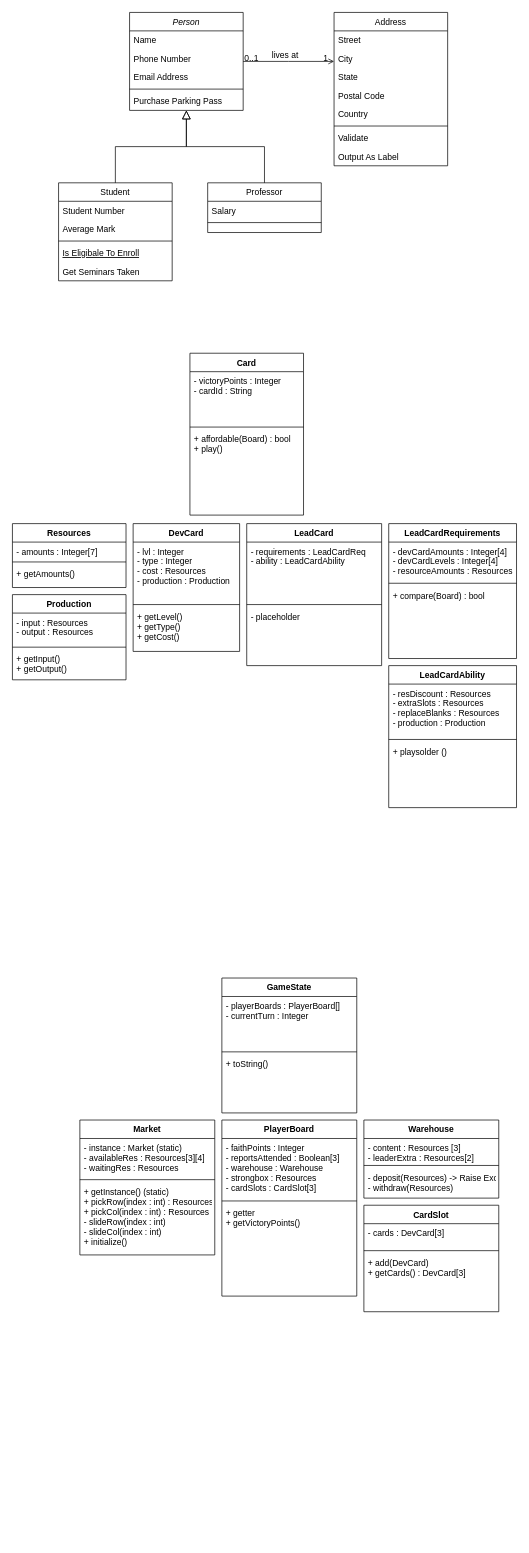
The draw.io diagram UMLBase.drawio in itsPeetah/polimi-ing-sw-2021-Monea-Kercini-Moroni, before the edit. Source tidied: cells renumbered, new cells numbered last; positions are measured from the earlier drawing's top-left corner, leaving out a move shared by most shapes. Both pictures are drawn from the tidied source at 71%, with x=0, y=0 at pixel (12, 12).
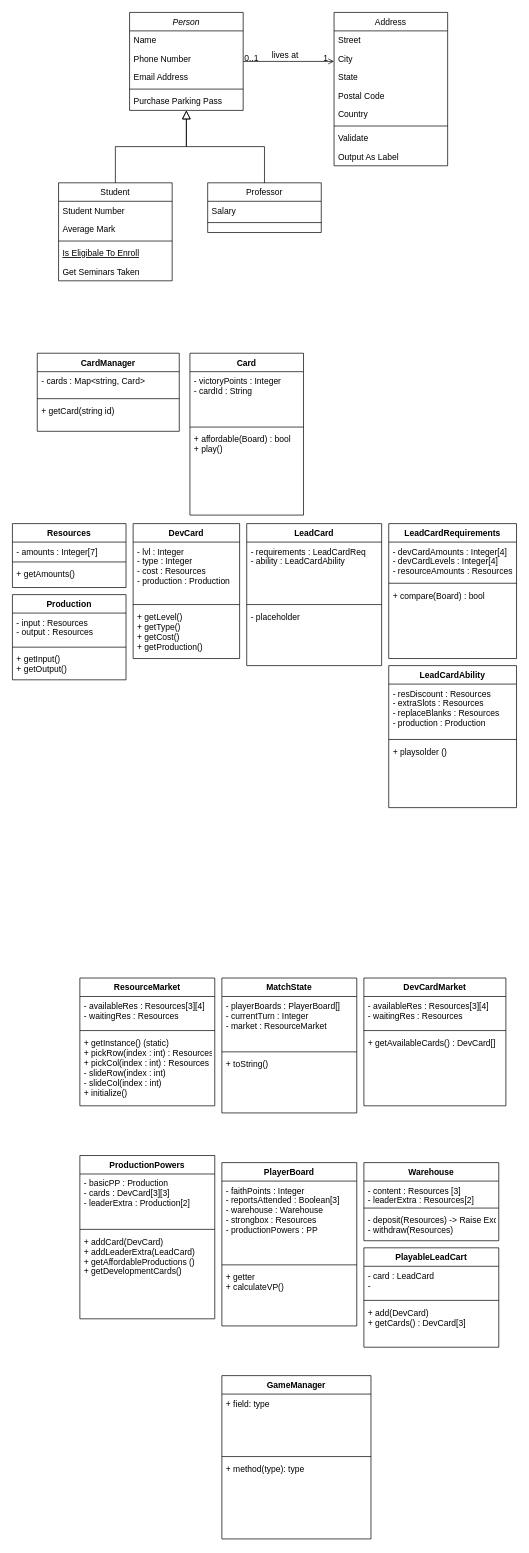
The same diagram, later.

The edit, as a diff of the source:
```diff
@@
     <mxCell id="36" value="DevCard" style="swimlane;fontStyle=1;align=center;verticalAlign=top;horizontal=1;startSize=26;" parent="1" vertex="1">
-      <mxGeometry x="170" y="720" width="150" height="180" as="geometry" />
+      <mxGeometry x="170" y="720" width="150" height="190" as="geometry" />
     </mxCell>
@@
-    <mxCell id="39" value="+ getLevel()&#10;+ getType()&#10;+ getCost()&#10;" style="text;strokeColor=none;fillColor=none;align=left;verticalAlign=top;spacingLeft=4;spacingRight=4;overflow=hidden;" parent="36" vertex="1">
-      <mxGeometry y="118" width="150" height="62" as="geometry" />
+    <mxCell id="39" value="+ getLevel()&#10;+ getType()&#10;+ getCost()&#10;+ getProduction()" style="text;strokeColor=none;fillColor=none;align=left;verticalAlign=top;spacingLeft=4;spacingRight=4;overflow=hidden;" parent="36" vertex="1">
+      <mxGeometry y="118" width="150" height="72" as="geometry" />
     </mxCell>
@@
-    <mxCell id="60" value="Market" style="swimlane;fontStyle=1;align=center;verticalAlign=top;horizontal=1;startSize=26;" parent="1" vertex="1">
-      <mxGeometry x="95" y="1560" width="190" height="190" as="geometry" />
+    <mxCell id="60" value="ResourceMarket" style="swimlane;fontStyle=1;align=center;verticalAlign=top;horizontal=1;startSize=26;" parent="1" vertex="1">
+      <mxGeometry x="95" y="1360" width="190" height="180" as="geometry" />
     </mxCell>
-    <mxCell id="61" value="- instance : Market (static)&#10;- availableRes : Resources[3][4]&#10;- waitingRes : Resources" style="text;strokeColor=none;fillColor=none;align=left;verticalAlign=top;spacingLeft=4;spacingRight=4;overflow=hidden;" parent="60" vertex="1">
-      <mxGeometry y="26" width="190" height="54" as="geometry" />
+    <mxCell id="61" value="- availableRes : Resources[3][4]&#10;- waitingRes : Resources" style="text;strokeColor=none;fillColor=none;align=left;verticalAlign=top;spacingLeft=4;spacingRight=4;overflow=hidden;" parent="60" vertex="1">
+      <mxGeometry y="26" width="190" height="44" as="geometry" />
     </mxCell>
     <mxCell id="62" style="line;strokeWidth=1;fillColor=none;align=left;verticalAlign=middle;spacingTop=-1;spacingLeft=3;spacingRight=3;labelPosition=right;" parent="60" vertex="1">
-      <mxGeometry y="80" width="190" height="8" as="geometry" />
+      <mxGeometry y="70" width="190" height="8" as="geometry" />
     </mxCell>
     <mxCell id="63" value="+ getInstance() (static)&#10;+ pickRow(index : int) : Resources&#10;+ pickCol(index : int) : Resources&#10;- slideRow(index : int)&#10;- slideCol(index : int)&#10;+ initialize()" style="text;strokeColor=none;fillColor=none;align=left;verticalAlign=top;spacingLeft=4;spacingRight=4;overflow=hidden;" parent="60" vertex="1">
-      <mxGeometry y="88" width="190" height="102" as="geometry" />
+      <mxGeometry y="78" width="190" height="102" as="geometry" />
     </mxCell>
     <mxCell id="64" value="PlayerBoard" style="swimlane;fontStyle=1;align=center;verticalAlign=top;horizontal=1;startSize=26;" parent="1" vertex="1">
-      <mxGeometry x="295" y="1560" width="190" height="248" as="geometry" />
+      <mxGeometry x="295" y="1620" width="190" height="230" as="geometry" />
     </mxCell>
-    <mxCell id="65" value="- faithPoints : Integer&#10;- reportsAttended : Boolean[3]&#10;- warehouse : Warehouse&#10;- strongbox : Resources&#10;- cardSlots : CardSlot[3]" style="text;strokeColor=none;fillColor=none;align=left;verticalAlign=top;spacingLeft=4;spacingRight=4;overflow=hidden;" parent="64" vertex="1">
-      <mxGeometry y="26" width="190" height="84" as="geometry" />
+    <mxCell id="65" value="- faithPoints : Integer&#10;- reportsAttended : Boolean[3]&#10;- warehouse : Warehouse&#10;- strongbox : Resources&#10;- productionPowers : PP" style="text;strokeColor=none;fillColor=none;align=left;verticalAlign=top;spacingLeft=4;spacingRight=4;overflow=hidden;" parent="64" vertex="1">
+      <mxGeometry y="26" width="190" height="114" as="geometry" />
     </mxCell>
     <mxCell id="66" style="line;strokeWidth=1;fillColor=none;align=left;verticalAlign=middle;spacingTop=-1;spacingLeft=3;spacingRight=3;labelPosition=right;" parent="64" vertex="1">
-      <mxGeometry y="110" width="190" height="8" as="geometry" />
+      <mxGeometry y="140" width="190" height="8" as="geometry" />
     </mxCell>
-    <mxCell id="67" value="+ getter&#10;+ getVictoryPoints()" style="text;strokeColor=none;fillColor=none;align=left;verticalAlign=top;spacingLeft=4;spacingRight=4;overflow=hidden;" parent="64" vertex="1">
-      <mxGeometry y="118" width="190" height="130" as="geometry" />
+    <mxCell id="67" value="+ getter&#10;+ calculateVP()" style="text;strokeColor=none;fillColor=none;align=left;verticalAlign=top;spacingLeft=4;spacingRight=4;overflow=hidden;" parent="64" vertex="1">
+      <mxGeometry y="148" width="190" height="82" as="geometry" />
     </mxCell>
     <mxCell id="68" value="Warehouse" style="swimlane;fontStyle=1;align=center;verticalAlign=top;horizontal=1;startSize=26;" parent="1" vertex="1">
-      <mxGeometry x="495" y="1560" width="190" height="110" as="geometry" />
+      <mxGeometry x="495" y="1620" width="190" height="110" as="geometry" />
     </mxCell>
@@
-    <mxCell id="72" value="CardSlot" style="swimlane;fontStyle=1;align=center;verticalAlign=top;horizontal=1;startSize=26;" parent="1" vertex="1">
-      <mxGeometry x="495" y="1680" width="190" height="150" as="geometry" />
-    </mxCell>
-    <mxCell id="73" value="- cards : DevCard[3]" style="text;strokeColor=none;fillColor=none;align=left;verticalAlign=top;spacingLeft=4;spacingRight=4;overflow=hidden;" parent="72" vertex="1">
-      <mxGeometry y="26" width="190" height="34" as="geometry" />
-    </mxCell>
-    <mxCell id="74" style="line;strokeWidth=1;fillColor=none;align=left;verticalAlign=middle;spacingTop=-1;spacingLeft=3;spacingRight=3;labelPosition=right;" parent="72" vertex="1">
-      <mxGeometry y="60" width="190" height="8" as="geometry" />
-    </mxCell>
-    <mxCell id="75" value="+ add(DevCard)&#10;+ getCards() : DevCard[3]" style="text;strokeColor=none;fillColor=none;align=left;verticalAlign=top;spacingLeft=4;spacingRight=4;overflow=hidden;" parent="72" vertex="1">
-      <mxGeometry y="68" width="190" height="82" as="geometry" />
-    </mxCell>
-    <mxCell id="76" value="GameState" style="swimlane;fontStyle=1;align=center;verticalAlign=top;horizontal=1;startSize=26;" parent="1" vertex="1">
+    <mxCell id="76" value="MatchState" style="swimlane;fontStyle=1;align=center;verticalAlign=top;horizontal=1;startSize=26;" parent="1" vertex="1">
       <mxGeometry x="295" y="1360" width="190" height="190" as="geometry" />
     </mxCell>
-    <mxCell id="77" value="- playerBoards : PlayerBoard[]&#10;- currentTurn : Integer" style="text;strokeColor=none;fillColor=none;align=left;verticalAlign=top;spacingLeft=4;spacingRight=4;overflow=hidden;" parent="76" vertex="1">
+    <mxCell id="77" value="- playerBoards : PlayerBoard[]&#10;- currentTurn : Integer&#10;- market : ResourceMarket" style="text;strokeColor=none;fillColor=none;align=left;verticalAlign=top;spacingLeft=4;spacingRight=4;overflow=hidden;" parent="76" vertex="1">
       <mxGeometry y="26" width="190" height="74" as="geometry" />
     </mxCell>
@@
+    <mxCell id="80" value="GameManager" style="swimlane;fontStyle=1;align=center;verticalAlign=top;horizontal=1;startSize=26;" parent="1" vertex="1">
+      <mxGeometry x="295" y="1920" width="210" height="230" as="geometry" />
+    </mxCell>
+    <mxCell id="81" value="+ field: type" style="text;strokeColor=none;fillColor=none;align=left;verticalAlign=top;spacingLeft=4;spacingRight=4;overflow=hidden;" parent="80" vertex="1">
+      <mxGeometry y="26" width="210" height="84" as="geometry" />
+    </mxCell>
+    <mxCell id="82" style="line;strokeWidth=1;fillColor=none;align=left;verticalAlign=middle;spacingTop=-1;spacingLeft=3;spacingRight=3;labelPosition=right;" parent="80" vertex="1">
+      <mxGeometry y="110" width="210" height="8" as="geometry" />
+    </mxCell>
+    <mxCell id="83" value="+ method(type): type" style="text;strokeColor=none;fillColor=none;align=left;verticalAlign=top;spacingLeft=4;spacingRight=4;overflow=hidden;" parent="80" vertex="1">
+      <mxGeometry y="118" width="210" height="112" as="geometry" />
+    </mxCell>
+    <mxCell id="84" value="ProductionPowers" style="swimlane;fontStyle=1;align=center;verticalAlign=top;horizontal=1;startSize=26;" parent="1" vertex="1">
+      <mxGeometry x="95" y="1610" width="190" height="230" as="geometry" />
+    </mxCell>
+    <mxCell id="85" value="- basicPP : Production&#10;- cards : DevCard[3][3]&#10;- leaderExtra : Production[2]" style="text;strokeColor=none;fillColor=none;align=left;verticalAlign=top;spacingLeft=4;spacingRight=4;overflow=hidden;" parent="84" vertex="1">
+      <mxGeometry y="26" width="190" height="74" as="geometry" />
+    </mxCell>
+    <mxCell id="86" style="line;strokeWidth=1;fillColor=none;align=left;verticalAlign=middle;spacingTop=-1;spacingLeft=3;spacingRight=3;labelPosition=right;" parent="84" vertex="1">
+      <mxGeometry y="100" width="190" height="8" as="geometry" />
+    </mxCell>
+    <mxCell id="87" value="+ addCard(DevCard)&#10;+ addLeaderExtra(LeadCard)&#10;+ getAffordableProductions ()&#10;+ getDevelopmentCards()" style="text;strokeColor=none;fillColor=none;align=left;verticalAlign=top;spacingLeft=4;spacingRight=4;overflow=hidden;" parent="84" vertex="1">
+      <mxGeometry y="108" width="190" height="122" as="geometry" />
+    </mxCell>
+    <mxCell id="88" value="PlayableLeadCart" style="swimlane;fontStyle=1;align=center;verticalAlign=top;horizontal=1;startSize=26;" parent="1" vertex="1">
+      <mxGeometry x="495" y="1740" width="190" height="140" as="geometry" />
+    </mxCell>
+    <mxCell id="89" value="- card : LeadCard&#10;- " style="text;strokeColor=none;fillColor=none;align=left;verticalAlign=top;spacingLeft=4;spacingRight=4;overflow=hidden;" parent="88" vertex="1">
+      <mxGeometry y="26" width="190" height="44" as="geometry" />
+    </mxCell>
+    <mxCell id="90" style="line;strokeWidth=1;fillColor=none;align=left;verticalAlign=middle;spacingTop=-1;spacingLeft=3;spacingRight=3;labelPosition=right;" parent="88" vertex="1">
+      <mxGeometry y="70" width="190" height="8" as="geometry" />
+    </mxCell>
+    <mxCell id="75" value="+ add(DevCard)&#10;+ getCards() : DevCard[3]" style="text;strokeColor=none;fillColor=none;align=left;verticalAlign=top;spacingLeft=4;spacingRight=4;overflow=hidden;" parent="88" vertex="1">
+      <mxGeometry y="78" width="190" height="62" as="geometry" />
+    </mxCell>
+    <mxCell id="91" value="CardManager" style="swimlane;fontStyle=1;align=center;verticalAlign=top;horizontal=1;startSize=26;" parent="1" vertex="1">
+      <mxGeometry x="35" y="480" width="200" height="110" as="geometry" />
+    </mxCell>
+    <mxCell id="92" value="- cards : Map&lt;string, Card&gt;" style="text;strokeColor=none;fillColor=none;align=left;verticalAlign=top;spacingLeft=4;spacingRight=4;overflow=hidden;" parent="91" vertex="1">
+      <mxGeometry y="26" width="200" height="34" as="geometry" />
+    </mxCell>
+    <mxCell id="93" style="line;strokeWidth=1;fillColor=none;align=left;verticalAlign=middle;spacingTop=-1;spacingLeft=3;spacingRight=3;labelPosition=right;" parent="91" vertex="1">
+      <mxGeometry y="60" width="200" height="8" as="geometry" />
+    </mxCell>
+    <mxCell id="94" value="+ getCard(string id)&#10;" style="text;strokeColor=none;fillColor=none;align=left;verticalAlign=top;spacingLeft=4;spacingRight=4;overflow=hidden;" parent="91" vertex="1">
+      <mxGeometry y="68" width="200" height="42" as="geometry" />
+    </mxCell>
+    <mxCell id="95" value="DevCardMarket" style="swimlane;fontStyle=1;align=center;verticalAlign=top;horizontal=1;startSize=26;" parent="1" vertex="1">
+      <mxGeometry x="495" y="1360" width="200" height="180" as="geometry" />
+    </mxCell>
+    <mxCell id="96" value="- availableRes : Resources[3][4]&#10;- waitingRes : Resources" style="text;strokeColor=none;fillColor=none;align=left;verticalAlign=top;spacingLeft=4;spacingRight=4;overflow=hidden;" parent="95" vertex="1">
+      <mxGeometry y="26" width="200" height="44" as="geometry" />
+    </mxCell>
+    <mxCell id="97" style="line;strokeWidth=1;fillColor=none;align=left;verticalAlign=middle;spacingTop=-1;spacingLeft=3;spacingRight=3;labelPosition=right;" parent="95" vertex="1">
+      <mxGeometry y="70" width="200" height="8" as="geometry" />
+    </mxCell>
+    <mxCell id="98" value="+ getAvailableCards() : DevCard[]&#10;" style="text;strokeColor=none;fillColor=none;align=left;verticalAlign=top;spacingLeft=4;spacingRight=4;overflow=hidden;" parent="95" vertex="1">
+      <mxGeometry y="78" width="200" height="102" as="geometry" />
+    </mxCell>
```
